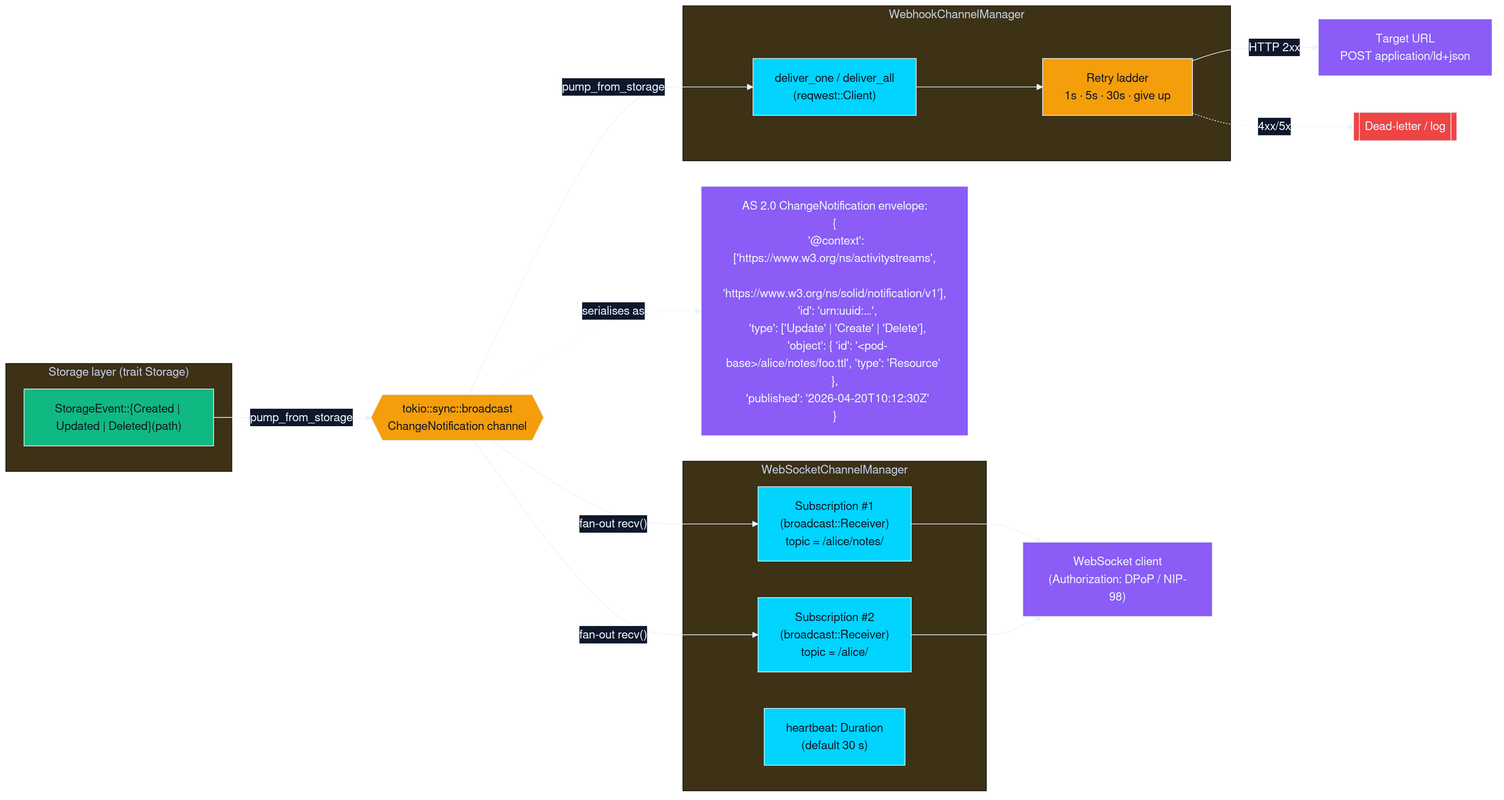
The Mermaid diagram crates/solid-pod-rs/docs/diagrams/rendered/05-notifications-flow.png in DreamLab-AI/solid-pod-rs, before a commit. Its source is kept beside it as crates/solid-pod-rs/docs/diagrams/src/05-notifications-flow.mmd. Source of this version:
```mermaid
%%{init: {'theme':'base','themeVariables':{
  'primaryColor':'#0f172a','primaryTextColor':'#E8F4FC','primaryBorderColor':'#E8F4FC',
  'lineColor':'#E8F4FC','background':'transparent','mainBkg':'#0f172a',
  'edgeLabelBackground':'#0f172a','fontFamily':'ui-sans-serif, system-ui, sans-serif'
}}}%%
flowchart LR
  subgraph SRC["Storage layer (trait Storage)"]
    EV["StorageEvent::{Created | Updated | Deleted}(path)"]:::store
  end

  BCAST{{"tokio::sync::broadcast\nChangeNotification channel"}}:::gate
  EV --> |pump_from_storage| BCAST

  subgraph WS["WebSocketChannelManager"]
    direction TB
    WSSUB1["Subscription #1\n(broadcast::Receiver)\ntopic = /alice/notes/"]:::svc
    WSSUB2["Subscription #2\n(broadcast::Receiver)\ntopic = /alice/"]:::svc
    WSHB["heartbeat: Duration\n(default 30 s)"]:::svc
  end
  BCAST -->|"fan-out recv()"| WSSUB1
  BCAST -->|"fan-out recv()"| WSSUB2

  subgraph WH["WebhookChannelManager"]
    direction TB
    WHDISP["deliver_one / deliver_all\n(reqwest::Client)"]:::svc
    WHRETRY["Full-jitter exponential backoff\nbase 500 ms × 2^attempt, cap 1 h\nmax 3 retries on 5xx\n429 honours Retry-After"]:::gate
  end
  BCAST -->|pump_from_storage| WHDISP
  WHDISP --> WHRETRY

  WSC["WebSocket client\n(Authorization: DPoP / NIP-98)"]:::gov
  WEBHOOK["Target URL\nPOST application/ld+json"]:::gov

  WSSUB1 --> WSC
  WSSUB2 --> WSC
  WHRETRY -->|HTTP 2xx| WEBHOOK
  WHRETRY -.persistent failure.-> WHDEAD[["Circuit breaker opens after 10\nconsecutive failures →\nshort-circuits to TransientRetry\nuntil a delivery succeeds"]]:::deny

  ENV["AS 2.0 ChangeNotification envelope:\n{\n  '@context': 'https://www.w3.org/ns/activitystreams',\n  'id': 'urn:uuid:…',\n  'type': 'Create' | 'Update' | 'Delete',\n  'object': '&lt;pod-base&gt;/alice/notes/foo.ttl',\n  'published': '2026-04-20T10:12:30Z'\n}"]:::gov

  BCAST -.serialises as.-> ENV

  classDef gov fill:#8B5CF6,stroke:#E8F4FC,stroke-width:1px,color:#E8F4FC
  classDef gate fill:#F59E0B,stroke:#E8F4FC,stroke-width:1px,color:#0f172a
  classDef svc fill:#00D4FF,stroke:#E8F4FC,stroke-width:1px,color:#0f172a
  classDef store fill:#10B981,stroke:#E8F4FC,stroke-width:1px,color:#0f172a
  classDef deny fill:#EF4444,stroke:#E8F4FC,stroke-width:1px,color:#E8F4FC
```
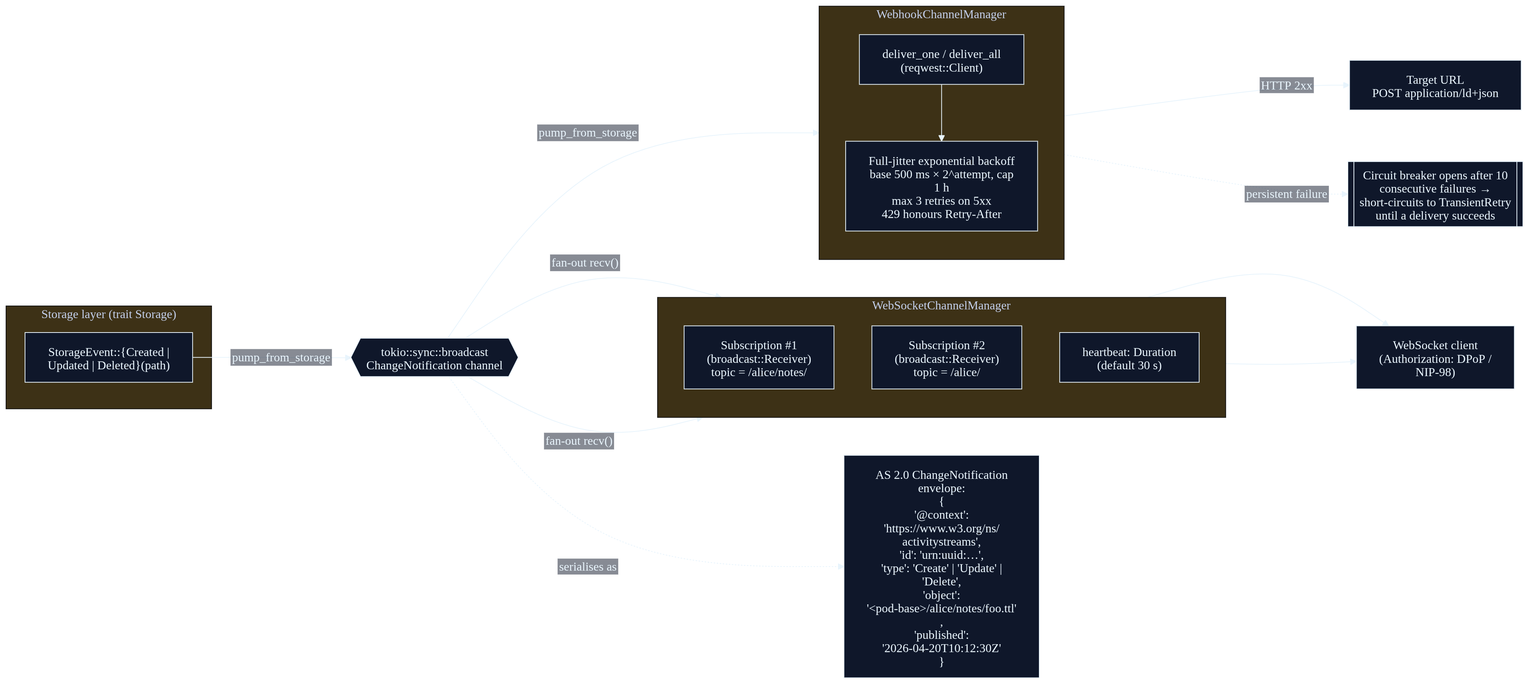
Later version of the same file.

What changed in the source:
```diff
@@ -8,35 +8,35 @@
     EV["StorageEvent::{Created | Updated | Deleted}(path)"]:::store
   end
 
-  BCAST{{"tokio::sync::broadcast\nChangeNotification channel"}}:::gate
+  BCAST{{"tokio::sync::broadcast<br/>ChangeNotification channel"}}:::gate
   EV --> |pump_from_storage| BCAST
 
   subgraph WS["WebSocketChannelManager"]
     direction TB
-    WSSUB1["Subscription #1\n(broadcast::Receiver)\ntopic = /alice/notes/"]:::svc
-    WSSUB2["Subscription #2\n(broadcast::Receiver)\ntopic = /alice/"]:::svc
-    WSHB["heartbeat: Duration\n(default 30 s)"]:::svc
+    WSSUB1["Subscription #1<br/>(broadcast::Receiver)<br/>topic = /alice/notes/"]:::svc
+    WSSUB2["Subscription #2<br/>(broadcast::Receiver)<br/>topic = /alice/"]:::svc
+    WSHB["heartbeat: Duration<br/>(default 30 s)"]:::svc
   end
   BCAST -->|"fan-out recv()"| WSSUB1
   BCAST -->|"fan-out recv()"| WSSUB2
 
   subgraph WH["WebhookChannelManager"]
     direction TB
-    WHDISP["deliver_one / deliver_all\n(reqwest::Client)"]:::svc
-    WHRETRY["Full-jitter exponential backoff\nbase 500 ms × 2^attempt, cap 1 h\nmax 3 retries on 5xx\n429 honours Retry-After"]:::gate
+    WHDISP["deliver_one / deliver_all<br/>(reqwest::Client)"]:::svc
+    WHRETRY["Full-jitter exponential backoff<br/>base 500 ms × 2^attempt, cap 1 h<br/>max 3 retries on 5xx<br/>429 honours Retry-After"]:::gate
   end
   BCAST -->|pump_from_storage| WHDISP
   WHDISP --> WHRETRY
 
-  WSC["WebSocket client\n(Authorization: DPoP / NIP-98)"]:::gov
-  WEBHOOK["Target URL\nPOST application/ld+json"]:::gov
+  WSC["WebSocket client<br/>(Authorization: DPoP / NIP-98)"]:::gov
+  WEBHOOK["Target URL<br/>POST application/ld+json"]:::gov
 
   WSSUB1 --> WSC
   WSSUB2 --> WSC
   WHRETRY -->|HTTP 2xx| WEBHOOK
-  WHRETRY -.persistent failure.-> WHDEAD[["Circuit breaker opens after 10\nconsecutive failures →\nshort-circuits to TransientRetry\nuntil a delivery succeeds"]]:::deny
+  WHRETRY -.persistent failure.-> WHDEAD[["Circuit breaker opens after 10<br/>consecutive failures →<br/>short-circuits to TransientRetry<br/>until a delivery succeeds"]]:::deny
 
-  ENV["AS 2.0 ChangeNotification envelope:\n{\n  '@context': 'https://www.w3.org/ns/activitystreams',\n  'id': 'urn:uuid:…',\n  'type': 'Create' | 'Update' | 'Delete',\n  'object': '&lt;pod-base&gt;/alice/notes/foo.ttl',\n  'published': '2026-04-20T10:12:30Z'\n}"]:::gov
+  ENV["AS 2.0 ChangeNotification envelope:<br/>{<br/>  '@context': 'https://www.w3.org/ns/<br/>activitystreams',<br/>  'id': 'urn:uuid:…',<br/>  'type': 'Create' | 'Update' | 'Delete',<br/>  'object': '&lt;pod-base&gt;/alice/notes/foo.ttl',<br/>  'published': '2026-04-20T10:12:30Z'<br/>}"]:::gov
 
   BCAST -.serialises as.-> ENV
 
```
